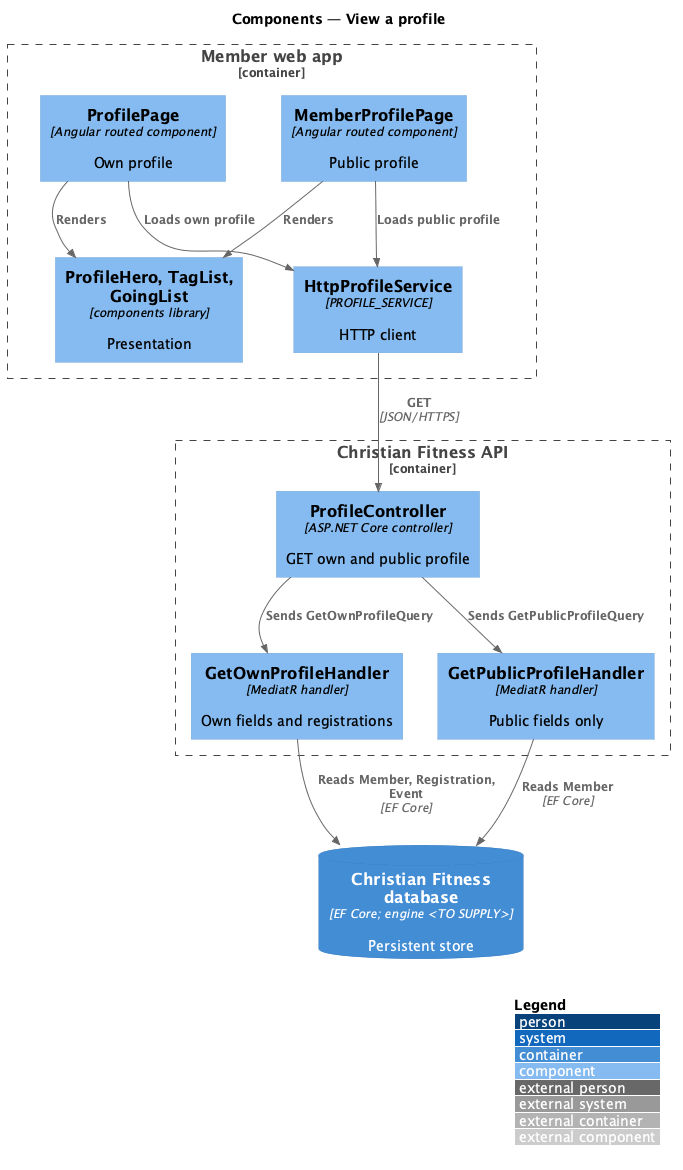
QuinntyneBrown/christian-fitness keeps this PlantUML diagram as docs/detailed-designs/member-profile/view-profile/diagrams/c4-component.png. Above is the earlier version. Its diagram source:
```plantuml
@startuml
!include <C4/C4_Component>
LAYOUT_WITH_LEGEND()
title Components — View a profile

Container_Boundary(web, "Member web app") {
  Component(page, "ProfilePage", "Angular routed component", "Own profile")
  Component(mpage, "MemberProfilePage", "Angular routed component", "Public profile")
  Component(ui, "ProfileHero, TagList, GoingList", "components library", "Presentation")
  Component(svc, "HttpProfileService", "PROFILE_SERVICE", "HTTP client")
}
Container_Boundary(api, "Christian Fitness API") {
  Component(ctrl, "ProfileController", "ASP.NET Core controller", "GET own and public profile")
  Component(h1, "GetOwnProfileHandler", "MediatR handler", "Own fields and registrations")
  Component(h2, "GetPublicProfileHandler", "MediatR handler", "Public fields only")
}
ContainerDb(db, "Christian Fitness database", "EF Core; engine <TO SUPPLY>", "Persistent store")

Rel(page, ui, "Renders")
Rel(mpage, ui, "Renders")
Rel(page, svc, "Loads own profile")
Rel(mpage, svc, "Loads public profile")
Rel(svc, ctrl, "GET", "JSON/HTTPS")
Rel(ctrl, h1, "Sends GetOwnProfileQuery")
Rel(ctrl, h2, "Sends GetPublicProfileQuery")
Rel(h1, db, "Reads Member, Registration, Event", "EF Core")
Rel(h2, db, "Reads Member", "EF Core")
@enduml
```
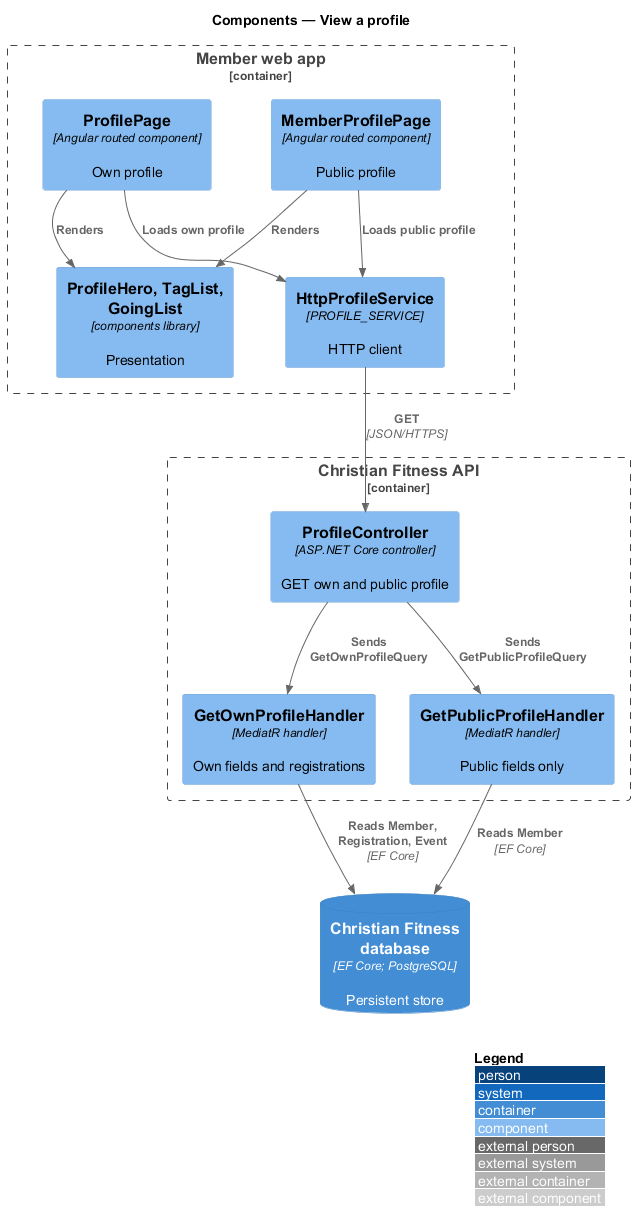
The same diagram one commit later.

What changed in the source:
```diff
@@ -14,7 +14,7 @@
   Component(h1, "GetOwnProfileHandler", "MediatR handler", "Own fields and registrations")
   Component(h2, "GetPublicProfileHandler", "MediatR handler", "Public fields only")
 }
-ContainerDb(db, "Christian Fitness database", "EF Core; engine <TO SUPPLY>", "Persistent store")
+ContainerDb(db, "Christian Fitness database", "EF Core; PostgreSQL", "Persistent store")
 
 Rel(page, ui, "Renders")
 Rel(mpage, ui, "Renders")
```
